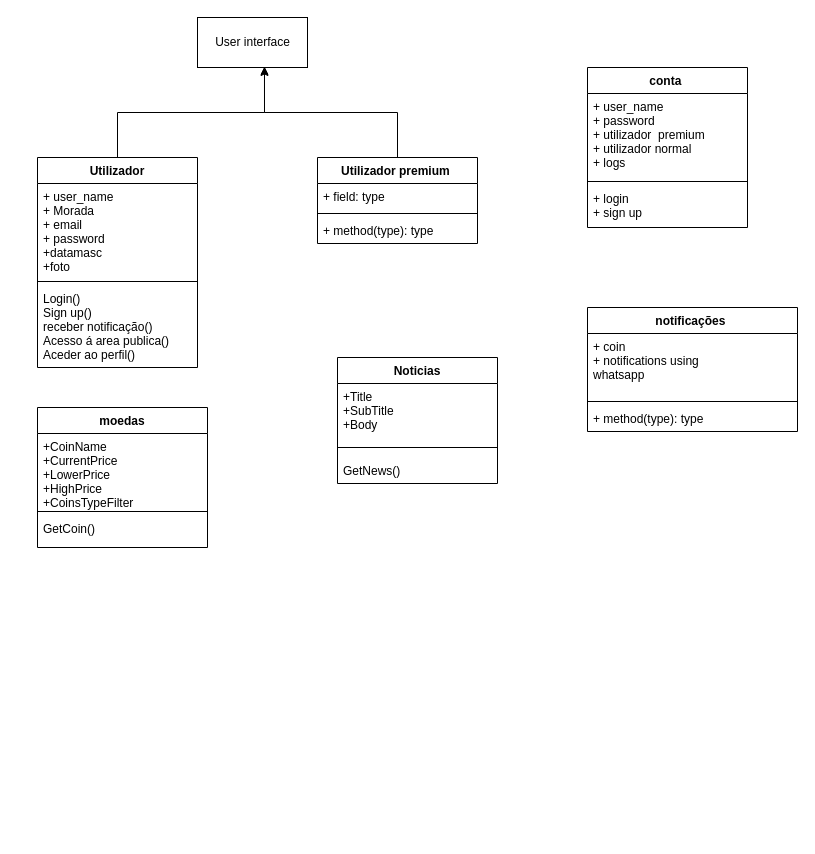
The draw.io diagram Class_Diagram.drawio in bgabrielma/ES_Project, before the edit. Source tidied: cells renumbered, new cells numbered last; positions are measured from the earlier drawing's top-left corner, leaving out a move shared by most shapes. Both pictures are drawn from the tidied source at 100%, with x=0, y=0 at pixel (37, 17).
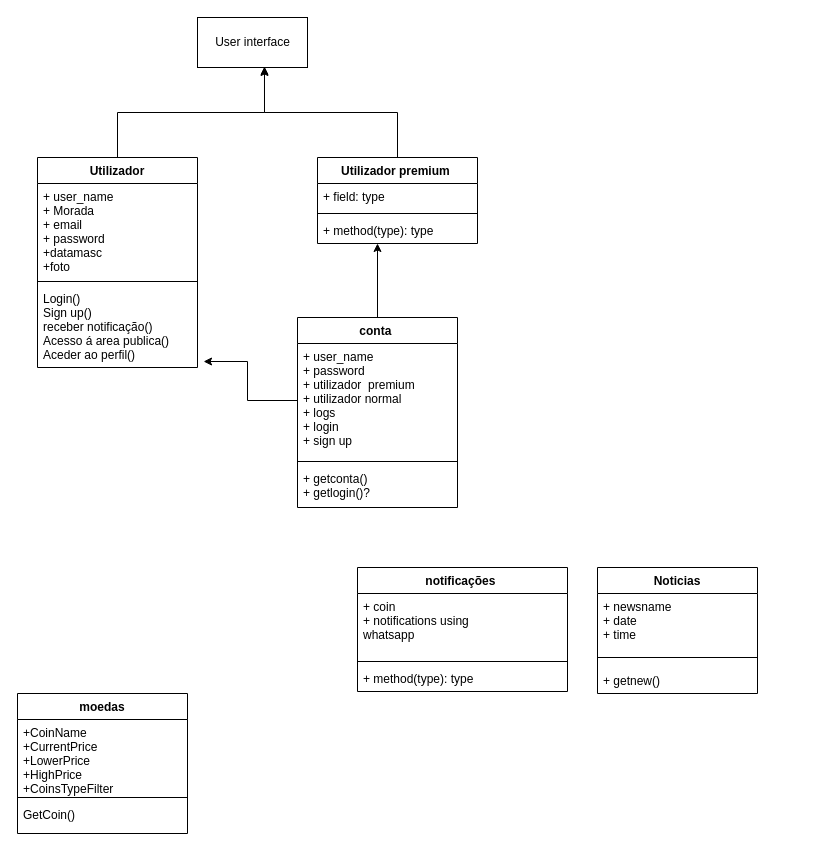
After the change.

The change refers to these unchanged cells:
```xml
<mxCell id="7" value="Login()&#10;Sign up()&#10;receber notificação()&#10;Acesso á area publica()&#10;Aceder ao perfil()&#10;" style="text;strokeColor=none;fillColor=none;align=left;verticalAlign=top;spacingLeft=4;spacingRight=4;overflow=hidden;points=[[0,0.5],[1,0.5]];portConstraint=eastwest;" parent="4" vertex="1">
  <mxGeometry y="128" width="160" height="82" as="geometry" />
</mxCell>
<mxCell id="12" value="+ method(type): type" style="text;strokeColor=none;fillColor=none;align=left;verticalAlign=top;spacingLeft=4;spacingRight=4;overflow=hidden;points=[[0,0.5],[1,0.5]];portConstraint=eastwest;" parent="9" vertex="1">
  <mxGeometry y="60" width="160" height="26" as="geometry" />
</mxCell>
```

Change to the diagram source:
```diff
@@
     <mxCell id="13" value="moedas" style="swimlane;fontStyle=1;align=center;verticalAlign=top;horizontal=1;startSize=26;" parent="1" vertex="1">
-      <mxGeometry y="390" width="170" height="140" as="geometry" />
+      <mxGeometry x="-20" y="676" width="170" height="140" as="geometry" />
     </mxCell>
@@
+    <mxCell id="29" style="edgeStyle=orthogonalEdgeStyle;rounded=0;jettySize=auto;html=1;exitX=0.5;exitY=0;exitDx=0;exitDy=0;entryX=0.375;entryY=1;entryDx=0;entryDy=0;entryPerimeter=0;" parent="1" edge="1" source="17" target="12">
+      <mxGeometry relative="1" as="geometry" />
+    </mxCell>
     <mxCell id="17" value="conta " style="swimlane;fontStyle=1;align=center;verticalAlign=top;horizontal=1;startSize=26;" parent="1" vertex="1">
-      <mxGeometry x="550" y="50" width="160" height="160" as="geometry" />
+      <mxGeometry x="260" y="300" width="160" height="190" as="geometry" />
     </mxCell>
-    <mxCell id="18" value="+ user_name &#10;+ password&#10;+ utilizador  premium&#10;+ utilizador normal&#10;+ logs" style="text;strokeColor=none;fillColor=none;align=left;verticalAlign=top;spacingLeft=4;spacingRight=4;overflow=hidden;points=[[0,0.5],[1,0.5]];portConstraint=eastwest;" parent="17" vertex="1">
-      <mxGeometry y="26" width="160" height="84" as="geometry" />
+    <mxCell id="18" value="+ user_name &#10;+ password&#10;+ utilizador  premium&#10;+ utilizador normal&#10;+ logs&#10;+ login&#10;+ sign up &#10;" style="text;strokeColor=none;fillColor=none;align=left;verticalAlign=top;spacingLeft=4;spacingRight=4;overflow=hidden;points=[[0,0.5],[1,0.5]];portConstraint=eastwest;" parent="17" vertex="1">
+      <mxGeometry y="26" width="160" height="114" as="geometry" />
     </mxCell>
     <mxCell id="19" style="line;strokeWidth=1;fillColor=none;align=left;verticalAlign=middle;spacingTop=-1;spacingLeft=3;spacingRight=3;labelPosition=right;strokeColor=inherit;" parent="17" vertex="1">
-      <mxGeometry y="110" width="160" height="8" as="geometry" />
+      <mxGeometry y="140" width="160" height="8" as="geometry" />
     </mxCell>
-    <mxCell id="20" value="+ login &#10;+ sign up" style="text;strokeColor=none;fillColor=none;align=left;verticalAlign=top;spacingLeft=4;spacingRight=4;overflow=hidden;" parent="17" vertex="1">
-      <mxGeometry y="118" width="160" height="42" as="geometry" />
+    <mxCell id="20" value="+ getconta()&#10;+ getlogin()?   &#10;" style="text;strokeColor=none;fillColor=none;align=left;verticalAlign=top;spacingLeft=4;spacingRight=4;overflow=hidden;" parent="17" vertex="1">
+      <mxGeometry y="148" width="160" height="42" as="geometry" />
     </mxCell>
     <mxCell id="21" value="notificações " style="swimlane;fontStyle=1;align=center;verticalAlign=top;horizontal=1;startSize=26;" parent="1" vertex="1">
-      <mxGeometry x="550" y="290" width="210" height="124" as="geometry" />
+      <mxGeometry x="320" y="550" width="210" height="124" as="geometry" />
     </mxCell>
@@
     <mxCell id="25" value="Noticias" style="swimlane;fontStyle=1;align=center;verticalAlign=top;horizontal=1;startSize=26;" parent="1" vertex="1">
-      <mxGeometry x="300" y="340" width="160" height="126" as="geometry" />
+      <mxGeometry x="560" y="550" width="160" height="126" as="geometry" />
     </mxCell>
-    <mxCell id="26" value="+Title&#10;+SubTitle&#10;+Body&#10;" style="text;strokeColor=none;fillColor=none;align=left;verticalAlign=top;spacingLeft=4;spacingRight=4;overflow=hidden;" parent="25" vertex="1">
+    <mxCell id="26" value="+ newsname&#10;+ date&#10;+ time " style="text;strokeColor=none;fillColor=none;align=left;verticalAlign=top;spacingLeft=4;spacingRight=4;overflow=hidden;" parent="25" vertex="1">
       <mxGeometry y="26" width="160" height="54" as="geometry" />
     </mxCell>
@@
-    <mxCell id="28" value="GetNews()" style="text;strokeColor=none;fillColor=none;align=left;verticalAlign=top;spacingLeft=4;spacingRight=4;overflow=hidden;" parent="25" vertex="1">
+    <mxCell id="28" value="+ getnew()" style="text;strokeColor=none;fillColor=none;align=left;verticalAlign=top;spacingLeft=4;spacingRight=4;overflow=hidden;" parent="25" vertex="1">
       <mxGeometry y="100" width="160" height="26" as="geometry" />
     </mxCell>
+    <mxCell id="30" style="edgeStyle=orthogonalEdgeStyle;rounded=0;jettySize=auto;html=1;exitX=0;exitY=0.5;exitDx=0;exitDy=0;entryX=1.038;entryY=0.927;entryDx=0;entryDy=0;entryPerimeter=0;" parent="1" edge="1" source="18" target="7">
+      <mxGeometry relative="1" as="geometry" />
+    </mxCell>
```
